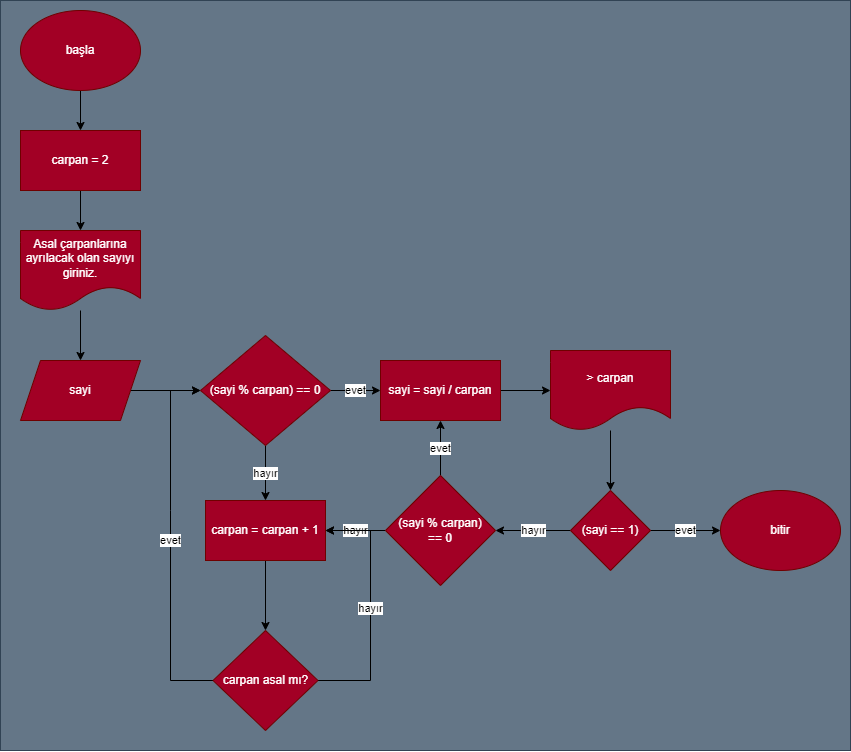
The draw.io diagram PrimeFactorFinder/PrimeFactorFinder.drawio.png in ramazanaltintop/algorithm-flow-charts, before a commit. Source tidied: cells renumbered, new cells last; positions are measured from the earlier drawing's top-left corner, leaving out a move shared by most shapes.
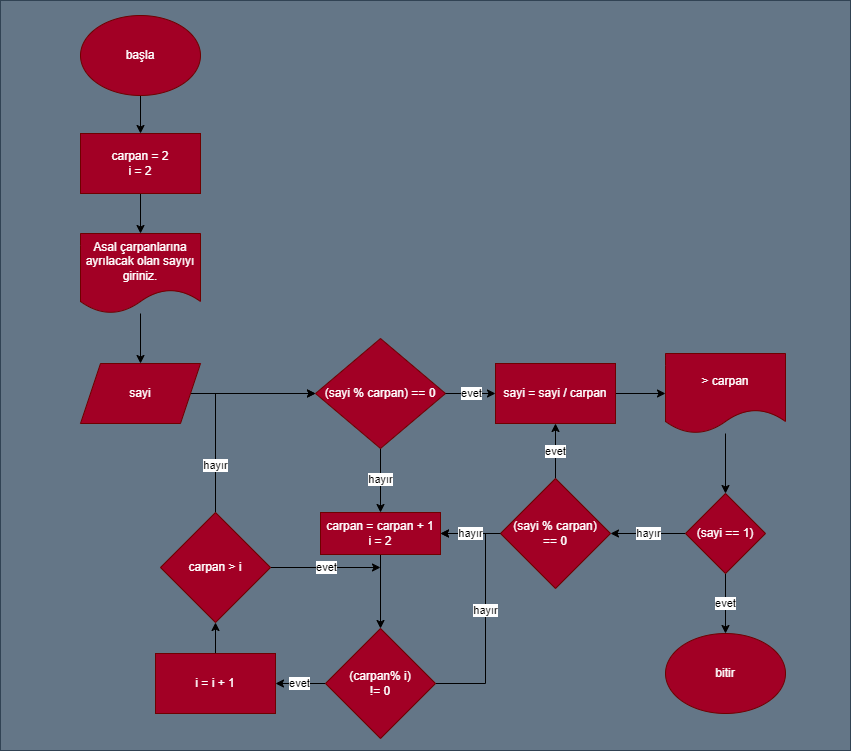
The same file after the commit.

The edit, as a diff of the source:
```diff
@@ -5,44 +5,41 @@
     <mxCell id="2" style="rounded=0;whiteSpace=wrap;html=1;fillColor=#647687;strokeColor=#314354;fontColor=#ffffff;" parent="1" vertex="1">
       <mxGeometry width="850" height="750" as="geometry" />
     </mxCell>
-    <mxCell id="3" style="edgeStyle=none;html=1;exitX=0.5;exitY=1;exitDx=0;exitDy=0;entryX=0.5;entryY=0;entryDx=0;entryDy=0;" parent="1" edge="1" source="4" target="10">
+    <mxCell id="3" style="edgeStyle=none;rounded=0;html=1;" parent="1" edge="1" source="4" target="10">
       <mxGeometry relative="1" as="geometry" />
     </mxCell>
     <mxCell id="4" value="başla" style="ellipse;whiteSpace=wrap;html=1;fillColor=#a20025;fontColor=#ffffff;strokeColor=#6F0000;" parent="1" vertex="1">
-      <mxGeometry x="20" y="10" width="120" height="80" as="geometry" />
+      <mxGeometry x="80" y="15" width="120" height="80" as="geometry" />
     </mxCell>
     <mxCell id="5" style="edgeStyle=none;html=1;" parent="1" edge="1" source="6" target="8">
       <mxGeometry relative="1" as="geometry" />
     </mxCell>
     <mxCell id="6" value="Asal çarpanlarına ayrılacak olan sayıyı giriniz." style="shape=document;whiteSpace=wrap;html=1;boundedLbl=1;fillColor=#a20025;fontColor=#ffffff;strokeColor=#6F0000;" parent="1" vertex="1">
-      <mxGeometry x="20" y="230" width="120" height="80" as="geometry" />
+      <mxGeometry x="80" y="233" width="120" height="80" as="geometry" />
     </mxCell>
     <mxCell id="7" style="edgeStyle=none;html=1;" parent="1" edge="1" source="8" target="13">
       <mxGeometry relative="1" as="geometry" />
     </mxCell>
     <mxCell id="8" value="sayi" style="shape=parallelogram;perimeter=parallelogramPerimeter;whiteSpace=wrap;html=1;fixedSize=1;fillColor=#a20025;fontColor=#ffffff;strokeColor=#6F0000;" parent="1" vertex="1">
-      <mxGeometry x="20" y="360" width="120" height="60" as="geometry" />
+      <mxGeometry x="80" y="363" width="120" height="60" as="geometry" />
     </mxCell>
     <mxCell id="9" style="edgeStyle=none;rounded=0;html=1;entryX=0.5;entryY=0;entryDx=0;entryDy=0;" parent="1" edge="1" source="10" target="6">
       <mxGeometry relative="1" as="geometry" />
     </mxCell>
-    <mxCell id="10" value="carpan = 2" style="rounded=0;whiteSpace=wrap;html=1;fillColor=#a20025;fontColor=#ffffff;strokeColor=#6F0000;" parent="1" vertex="1">
-      <mxGeometry x="20" y="130" width="120" height="60" as="geometry" />
+    <mxCell id="10" value="carpan = 2&lt;br&gt;i = 2" style="rounded=0;whiteSpace=wrap;html=1;fillColor=#a20025;fontColor=#ffffff;strokeColor=#6F0000;" parent="1" vertex="1">
+      <mxGeometry x="80" y="133" width="120" height="60" as="geometry" />
     </mxCell>
-    <mxCell id="11" value="evet" style="edgeStyle=none;html=1;" parent="1" edge="1" source="13" target="15">
-      <mxGeometry relative="1" as="geometry" />
-    </mxCell>
     <mxCell id="12" value="hayır" style="edgeStyle=none;html=1;" parent="1" edge="1" source="13" target="23">
       <mxGeometry relative="1" as="geometry" />
     </mxCell>
     <mxCell id="13" value="(sayi % carpan) == 0" style="rhombus;whiteSpace=wrap;html=1;fillColor=#a20025;fontColor=#ffffff;strokeColor=#6F0000;" parent="1" vertex="1">
-      <mxGeometry x="200" y="335" width="130" height="110" as="geometry" />
+      <mxGeometry x="315" y="338" width="130" height="110" as="geometry" />
     </mxCell>
     <mxCell id="14" style="edgeStyle=none;html=1;" parent="1" edge="1" source="15" target="18">
       <mxGeometry relative="1" as="geometry" />
     </mxCell>
     <mxCell id="15" value="sayi = sayi / carpan" style="rounded=0;whiteSpace=wrap;html=1;fillColor=#a20025;fontColor=#ffffff;strokeColor=#6F0000;" parent="1" vertex="1">
-      <mxGeometry x="380" y="360" width="120" height="60" as="geometry" />
+      <mxGeometry x="495" y="363" width="120" height="60" as="geometry" />
     </mxCell>
     <mxCell id="16" value="hayır" style="edgeStyle=none;html=1;exitX=0;exitY=0.5;exitDx=0;exitDy=0;" parent="1" edge="1" source="28" target="21">
       <mxGeometry relative="1" as="geometry" />
@@ -51,51 +48,69 @@
       <mxGeometry relative="1" as="geometry" />
     </mxCell>
     <mxCell id="18" value="&amp;gt; carpan" style="shape=document;whiteSpace=wrap;html=1;boundedLbl=1;fillColor=#a20025;fontColor=#ffffff;strokeColor=#6F0000;" parent="1" vertex="1">
-      <mxGeometry x="550" y="350" width="120" height="80" as="geometry" />
+      <mxGeometry x="665" y="353" width="120" height="80" as="geometry" />
     </mxCell>
     <mxCell id="19" value="evet" style="edgeStyle=none;rounded=0;html=1;" parent="1" edge="1" source="21" target="15">
       <mxGeometry relative="1" as="geometry" />
     </mxCell>
-    <mxCell id="20" value="hayır" style="edgeStyle=none;rounded=0;html=1;" parent="1" edge="1" source="21" target="23">
-      <mxGeometry relative="1" as="geometry" />
-    </mxCell>
     <mxCell id="21" value="(sayi % carpan)&lt;br&gt;== 0" style="rhombus;whiteSpace=wrap;html=1;fillColor=#a20025;fontColor=#ffffff;strokeColor=#6F0000;" parent="1" vertex="1">
-      <mxGeometry x="385" y="475" width="110" height="110" as="geometry" />
+      <mxGeometry x="500" y="478" width="110" height="110" as="geometry" />
     </mxCell>
-    <mxCell id="22" style="edgeStyle=none;html=1;" parent="1" edge="1" source="23" target="26">
-      <mxGeometry relative="1" as="geometry" />
-    </mxCell>
+    <mxCell id="30" style="edgeStyle=none;rounded=0;html=1;exitX=0.5;exitY=1;exitDx=0;exitDy=0;entryX=0.5;entryY=0;entryDx=0;entryDy=0;" parent="1" edge="1" source="23" target="32">
+      <mxGeometry relative="1" as="geometry" />
+    </mxCell>
-    <mxCell id="23" value="carpan = carpan + 1" style="rounded=0;whiteSpace=wrap;html=1;fillColor=#a20025;fontColor=#ffffff;strokeColor=#6F0000;" parent="1" vertex="1">
-      <mxGeometry x="205" y="500" width="120" height="60" as="geometry" />
+    <mxCell id="23" value="carpan = carpan + 1&lt;br&gt;i = 2" style="rounded=0;whiteSpace=wrap;html=1;fillColor=#a20025;fontColor=#ffffff;strokeColor=#6F0000;" parent="1" vertex="1">
+      <mxGeometry x="320" y="512" width="120" height="42" as="geometry" />
     </mxCell>
-    <mxCell id="24" value="hayır" style="edgeStyle=none;html=1;entryX=1;entryY=0.5;entryDx=0;entryDy=0;rounded=0;" parent="1" edge="1" source="26" target="23">
+    <mxCell id="24" value="hayır" style="edgeStyle=none;html=1;entryX=1;entryY=0.5;entryDx=0;entryDy=0;rounded=0;exitX=1;exitY=0.5;exitDx=0;exitDy=0;" parent="1" edge="1" source="32" target="23">
       <mxGeometry relative="1" as="geometry">
         <Array as="points">
-          <mxPoint x="370" y="680" />
-          <mxPoint x="370" y="530" />
+          <mxPoint x="485" y="683" />
+          <mxPoint x="485" y="533" />
         </Array>
       </mxGeometry>
     </mxCell>
-    <mxCell id="25" value="evet" style="edgeStyle=none;rounded=0;html=1;entryX=0;entryY=0.5;entryDx=0;entryDy=0;" parent="1" edge="1" source="26" target="13">
-      <mxGeometry relative="1" as="geometry">
-        <Array as="points">
-          <mxPoint x="170" y="680" />
-          <mxPoint x="170" y="510" />
-          <mxPoint x="170" y="390" />
-        </Array>
-      </mxGeometry>
-    </mxCell>
-    <mxCell id="26" value="carpan asal mı?" style="rhombus;whiteSpace=wrap;html=1;fillColor=#a20025;fontColor=#ffffff;strokeColor=#6F0000;" parent="1" vertex="1">
-      <mxGeometry x="212.5" y="630" width="105" height="100" as="geometry" />
-    </mxCell>
     <mxCell id="27" value="evet" style="edgeStyle=none;rounded=0;html=1;" parent="1" edge="1" source="28" target="29">
       <mxGeometry relative="1" as="geometry" />
     </mxCell>
     <mxCell id="28" value="(sayi == 1)" style="rhombus;whiteSpace=wrap;html=1;fillColor=#a20025;fontColor=#ffffff;strokeColor=#6F0000;" parent="1" vertex="1">
-      <mxGeometry x="570" y="490" width="80" height="80" as="geometry" />
+      <mxGeometry x="685" y="493" width="80" height="80" as="geometry" />
     </mxCell>
     <mxCell id="29" value="bitir" style="ellipse;whiteSpace=wrap;html=1;fillColor=#a20025;fontColor=#ffffff;strokeColor=#6F0000;" parent="1" vertex="1">
-      <mxGeometry x="720" y="490" width="120" height="80" as="geometry" />
+      <mxGeometry x="665" y="633" width="120" height="80" as="geometry" />
     </mxCell>
+    <mxCell id="31" value="evet" style="edgeStyle=none;html=1;" parent="1" edge="1" source="32" target="34">
+      <mxGeometry relative="1" as="geometry" />
+    </mxCell>
+    <mxCell id="32" value="(carpan% i)&lt;br&gt;!= 0" style="rhombus;whiteSpace=wrap;html=1;fillColor=#a20025;fontColor=#ffffff;strokeColor=#6F0000;" parent="1" vertex="1">
+      <mxGeometry x="325" y="628" width="110" height="110" as="geometry" />
+    </mxCell>
+    <mxCell id="33" style="edgeStyle=none;html=1;" parent="1" edge="1" source="34" target="37">
+      <mxGeometry relative="1" as="geometry" />
+    </mxCell>
+    <mxCell id="34" value="i = i + 1" style="rounded=0;whiteSpace=wrap;html=1;fillColor=#a20025;fontColor=#ffffff;strokeColor=#6F0000;" parent="1" vertex="1">
+      <mxGeometry x="155" y="653" width="120" height="60" as="geometry" />
+    </mxCell>
+    <mxCell id="35" value="hayır" style="edgeStyle=none;html=1;entryX=0;entryY=0.5;entryDx=0;entryDy=0;rounded=0;" parent="1" edge="1" source="37" target="13">
+      <mxGeometry x="-0.57" relative="1" as="geometry">
+        <Array as="points">
+          <mxPoint x="215" y="393" />
+        </Array>
+      </mxGeometry>
+    </mxCell>
+    <mxCell id="36" value="evet" style="edgeStyle=none;rounded=0;html=1;" parent="1" edge="1" source="37">
+      <mxGeometry relative="1" as="geometry">
+        <mxPoint x="380" y="567" as="targetPoint" />
+      </mxGeometry>
+    </mxCell>
+    <mxCell id="37" value="carpan &amp;gt; i" style="rhombus;whiteSpace=wrap;html=1;fillColor=#a20025;fontColor=#ffffff;strokeColor=#6F0000;" parent="1" vertex="1">
+      <mxGeometry x="160" y="512" width="110" height="110" as="geometry" />
+    </mxCell>
+    <mxCell id="11" value="evet" style="edgeStyle=none;html=1;" parent="1" edge="1" source="13" target="15">
+      <mxGeometry relative="1" as="geometry" />
+    </mxCell>
+    <mxCell id="20" value="hayır" style="edgeStyle=none;rounded=0;html=1;" parent="1" edge="1" source="21" target="23">
+      <mxGeometry relative="1" as="geometry" />
+    </mxCell>
   </root>
 </mxGraphModel>
```
